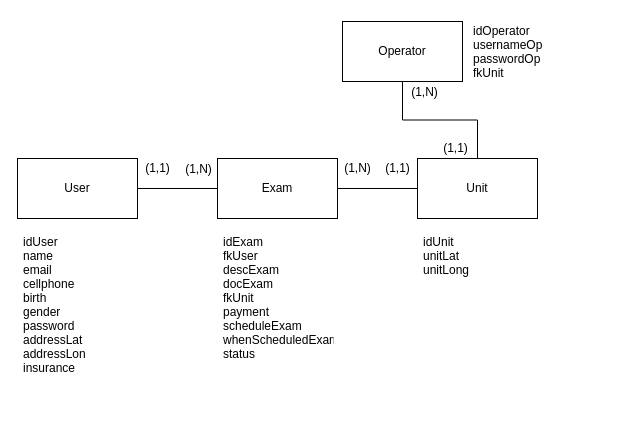
The draw.io diagram database/openclinic-db.drawio in felipe-dias-azevedo/open-clinic, before the edit. Source tidied: cells renumbered, new cells numbered last; positions are measured from the earlier drawing's top-left corner, leaving out a move shared by most shapes. Both pictures are drawn from the tidied source at 100%, with x=0, y=0 at pixel (17, 17).
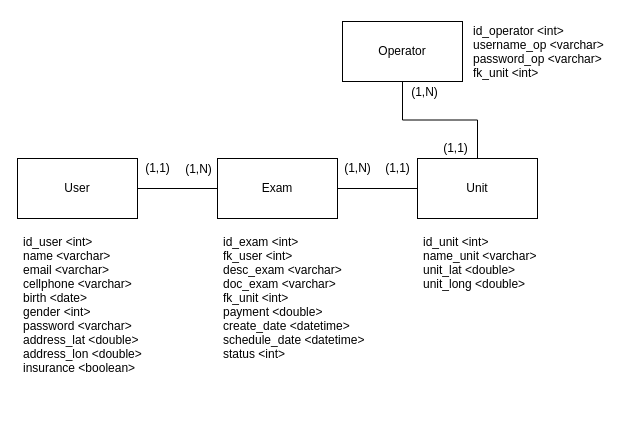
Above is the later version.

Commit message (it also covers changes not shown here):
db schema model update

What changed in the source:
```diff
@@
 <mxGraphModel>
   <root>
     <mxCell id="0" />
     <mxCell id="1" parent="0" />
     <mxCell id="2" style="edgeStyle=orthogonalEdgeStyle;rounded=0;jettySize=auto;html=1;entryX=0;entryY=0.5;entryDx=0;entryDy=0;startArrow=none;startFill=0;endArrow=none;endFill=0;" parent="1" edge="1" source="3" target="5">
       <mxGeometry relative="1" as="geometry" />
     </mxCell>
     <mxCell id="3" value="User" style="rounded=0;whiteSpace=wrap;html=1;" parent="1" vertex="1">
       <mxGeometry y="141" width="120" height="60" as="geometry" />
     </mxCell>
     <mxCell id="4" style="edgeStyle=orthogonalEdgeStyle;rounded=0;jettySize=auto;html=1;entryX=0;entryY=0.5;entryDx=0;entryDy=0;startArrow=none;startFill=0;endArrow=none;endFill=0;" parent="1" edge="1" source="5" target="6">
       <mxGeometry relative="1" as="geometry" />
     </mxCell>
     <mxCell id="5" value="Exam" style="rounded=0;whiteSpace=wrap;html=1;" parent="1" vertex="1">
       <mxGeometry x="200" y="141" width="120" height="60" as="geometry" />
     </mxCell>
     <mxCell id="6" value="Unit" style="rounded=0;whiteSpace=wrap;html=1;" parent="1" vertex="1">
       <mxGeometry x="400" y="141" width="120" height="60" as="geometry" />
     </mxCell>
-    <mxCell id="7" value="idUser&#10;name&#10;email&#10;cellphone&#10;birth&#10;gender&#10;password&#10;addressLat&#10;addressLon&#10;insurance" style="text;strokeColor=none;fillColor=none;align=left;verticalAlign=top;spacingLeft=4;spacingRight=4;overflow=hidden;" parent="1" vertex="1">
-      <mxGeometry y="211" width="120" height="200" as="geometry" />
+    <mxCell id="7" value="id_user &lt;int&gt;&#10;name &lt;varchar&gt;&#10;email &lt;varchar&gt;&#10;cellphone &lt;varchar&gt;&#10;birth &lt;date&gt;&#10;gender &lt;int&gt;&#10;password &lt;varchar&gt;&#10;address_lat &lt;double&gt;&#10;address_lon &lt;double&gt;&#10;insurance &lt;boolean&gt;" style="text;strokeColor=none;fillColor=none;align=left;verticalAlign=top;spacingLeft=4;spacingRight=4;overflow=hidden;" parent="1" vertex="1">
+      <mxGeometry y="211" width="134" height="200" as="geometry" />
     </mxCell>
-    <mxCell id="8" value="idExam&#10;fkUser&#10;descExam&#10;docExam&#10;fkUnit&#10;payment&#10;scheduleExam&#10;whenScheduledExam&#10;status" style="text;strokeColor=none;fillColor=none;align=left;verticalAlign=top;spacingLeft=4;spacingRight=4;overflow=hidden;" parent="1" vertex="1">
-      <mxGeometry x="200" y="211" width="120" height="146" as="geometry" />
+    <mxCell id="8" value="id_exam &lt;int&gt;&#10;fk_user &lt;int&gt;&#10;desc_exam &lt;varchar&gt;&#10;doc_exam &lt;varchar&gt;&#10;fk_unit &lt;int&gt;&#10;payment &lt;double&gt;&#10;create_date &lt;datetime&gt;&#10;schedule_date &lt;datetime&gt;&#10;status &lt;int&gt;" style="text;strokeColor=none;fillColor=none;align=left;verticalAlign=top;spacingLeft=4;spacingRight=4;overflow=hidden;" parent="1" vertex="1">
+      <mxGeometry x="200" y="211" width="204" height="146" as="geometry" />
     </mxCell>
-    <mxCell id="9" value="idUnit&#10;unitLat&#10;unitLong" style="text;strokeColor=none;fillColor=none;align=left;verticalAlign=top;spacingLeft=4;spacingRight=4;overflow=hidden;" parent="1" vertex="1">
-      <mxGeometry x="400" y="211" width="120" height="90" as="geometry" />
+    <mxCell id="9" value="id_unit &lt;int&gt;&#10;name_unit &lt;varchar&gt;&#10;unit_lat &lt;double&gt;&#10;unit_long &lt;double&gt;" style="text;strokeColor=none;fillColor=none;align=left;verticalAlign=top;spacingLeft=4;spacingRight=4;overflow=hidden;" parent="1" vertex="1">
+      <mxGeometry x="400" y="211" width="131" height="90" as="geometry" />
     </mxCell>
     <mxCell id="10" value="(1,1)" style="text;html=1;align=center;verticalAlign=middle;" parent="1" vertex="1">
       <mxGeometry x="120" y="141" width="40" height="20" as="geometry" />
     </mxCell>
     <mxCell id="11" value="(1,N)" style="text;html=1;align=center;verticalAlign=middle;" parent="1" vertex="1">
       <mxGeometry x="162" y="143" width="37" height="17" as="geometry" />
     </mxCell>
     <mxCell id="12" value="(1,N)" style="text;html=1;align=center;verticalAlign=middle;" parent="1" vertex="1">
       <mxGeometry x="320" y="141" width="40" height="20" as="geometry" />
     </mxCell>
     <mxCell id="13" value="(1,1)" style="text;html=1;align=center;verticalAlign=middle;" parent="1" vertex="1">
       <mxGeometry x="360" y="141" width="40" height="20" as="geometry" />
     </mxCell>
     <mxCell id="14" value="Operator" style="rounded=0;whiteSpace=wrap;html=1;" parent="1" vertex="1">
       <mxGeometry x="325" y="4" width="120" height="60" as="geometry" />
     </mxCell>
     <mxCell id="15" style="edgeStyle=orthogonalEdgeStyle;rounded=0;jettySize=auto;html=1;entryX=0.5;entryY=0;entryDx=0;entryDy=0;startArrow=none;startFill=0;endArrow=none;endFill=0;exitX=0.5;exitY=1;exitDx=0;exitDy=0;" parent="1" edge="1" source="14" target="6">
       <mxGeometry relative="1" as="geometry" />
     </mxCell>
     <mxCell id="16" value="(1,1)" style="text;html=1;align=center;verticalAlign=middle;" parent="1" vertex="1">
       <mxGeometry x="418" y="121" width="40" height="20" as="geometry" />
     </mxCell>
     <mxCell id="17" value="(1,N)" style="text;html=1;align=center;verticalAlign=middle;" parent="1" vertex="1">
       <mxGeometry x="388" y="66" width="37" height="17" as="geometry" />
     </mxCell>
-    <mxCell id="18" value="idOperator&#10;usernameOp&#10;passwordOp&#10;fkUnit" style="text;strokeColor=none;fillColor=none;align=left;verticalAlign=top;spacingLeft=4;spacingRight=4;overflow=hidden;" parent="1" vertex="1">
-      <mxGeometry x="450" width="120" height="90" as="geometry" />
+    <mxCell id="18" value="id_operator &lt;int&gt;&#10;username_op &lt;varchar&gt;&#10;password_op &lt;varchar&gt;&#10;fk_unit &lt;int&gt;" style="text;strokeColor=none;fillColor=none;align=left;verticalAlign=top;spacingLeft=4;spacingRight=4;overflow=hidden;" parent="1" vertex="1">
+      <mxGeometry x="450" width="149" height="90" as="geometry" />
     </mxCell>
   </root>
 </mxGraphModel>
```
